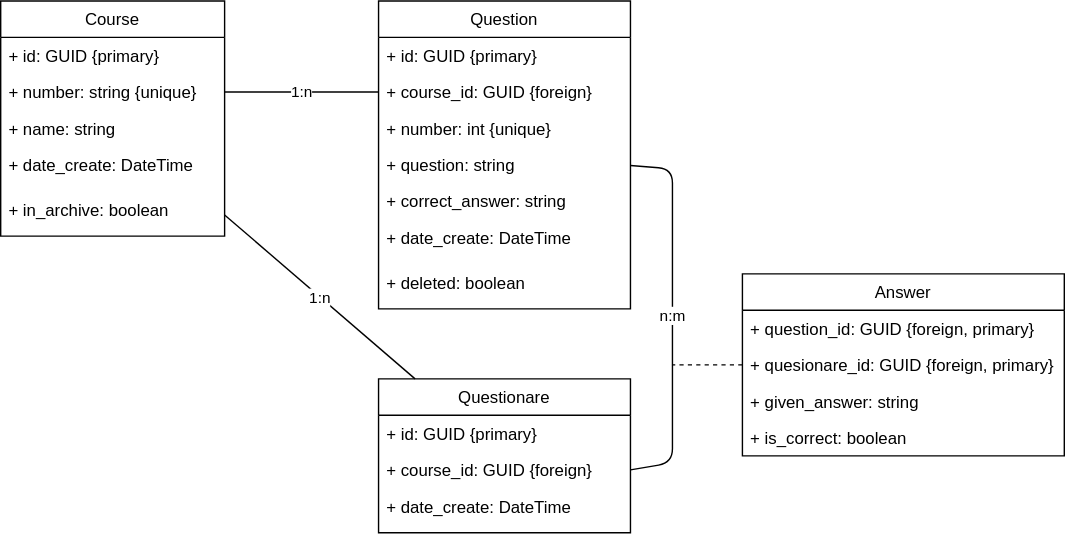
The draw.io diagram documentation/er.svg in RStolzlechner/stolz-learn, before a commit. Source tidied: cells renumbered, new cells last; positions are measured from the earlier drawing's top-left corner, leaving out a move shared by most shapes.
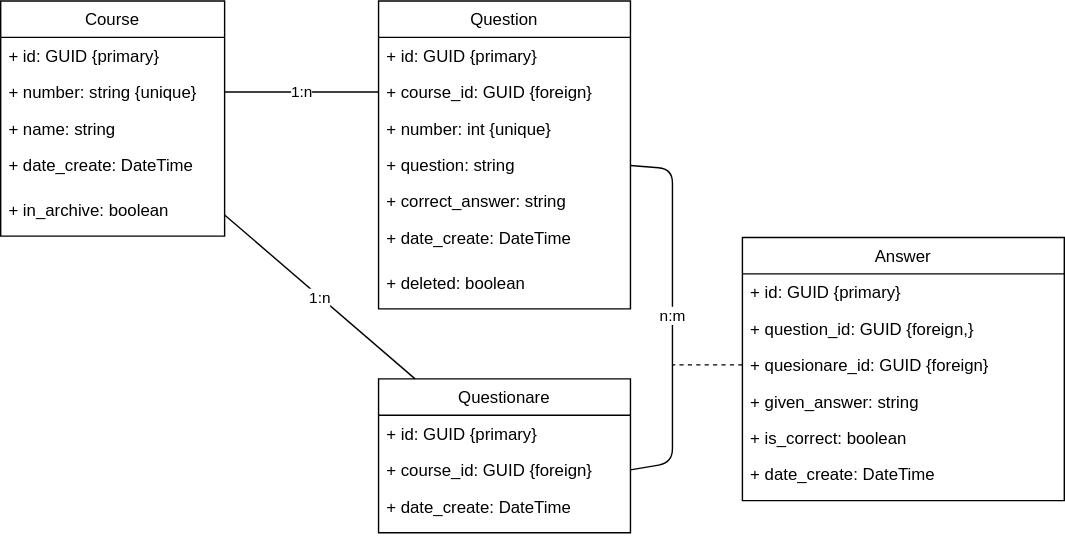
The same diagram one commit later.

The edit, as a diff of the source:
```diff
@@ -63,20 +63,26 @@
       <mxGeometry y="78" width="180" height="32" as="geometry" />
     </mxCell>
     <mxCell id="22" value="Answer" style="swimlane;fontStyle=0;horizontal=1;startSize=26;fillColor=none;" parent="1" vertex="1">
-      <mxGeometry x="530" y="195" width="230" height="130" as="geometry" />
+      <mxGeometry x="530" y="169" width="230" height="188" as="geometry" />
     </mxCell>
+    <mxCell id="29" value="+ id: GUID {primary}" style="text;strokeColor=none;fillColor=none;align=left;verticalAlign=top;spacingLeft=4;spacingRight=4;overflow=hidden;" parent="22" vertex="1">
+      <mxGeometry y="26" width="230" height="26" as="geometry" />
+    </mxCell>
-    <mxCell id="23" value="+ question_id: GUID {foreign, primary}" style="text;strokeColor=none;fillColor=none;align=left;verticalAlign=top;spacingLeft=4;spacingRight=4;overflow=hidden;" parent="22" vertex="1">
-      <mxGeometry y="26" width="230" height="26" as="geometry" />
+    <mxCell id="23" value="+ question_id: GUID {foreign,}" style="text;strokeColor=none;fillColor=none;align=left;verticalAlign=top;spacingLeft=4;spacingRight=4;overflow=hidden;" parent="22" vertex="1">
+      <mxGeometry y="52" width="230" height="26" as="geometry" />
     </mxCell>
-    <mxCell id="24" value="+ quesionare_id: GUID {foreign, primary}" style="text;strokeColor=none;fillColor=none;align=left;verticalAlign=top;spacingLeft=4;spacingRight=4;overflow=hidden;points=[[0,0.5],[1,0.5]];portConstraint=eastwest;" parent="22" vertex="1">
-      <mxGeometry y="52" width="230" height="26" as="geometry" />
+    <mxCell id="24" value="+ quesionare_id: GUID {foreign}" style="text;strokeColor=none;fillColor=none;align=left;verticalAlign=top;spacingLeft=4;spacingRight=4;overflow=hidden;points=[[0,0.5],[1,0.5]];portConstraint=eastwest;" parent="22" vertex="1">
+      <mxGeometry y="78" width="230" height="26" as="geometry" />
     </mxCell>
     <mxCell id="25" value="+ given_answer: string" style="text;strokeColor=none;fillColor=none;align=left;verticalAlign=top;spacingLeft=4;spacingRight=4;overflow=hidden;" parent="22" vertex="1">
-      <mxGeometry y="78" width="230" height="26" as="geometry" />
+      <mxGeometry y="104" width="230" height="26" as="geometry" />
     </mxCell>
     <mxCell id="26" value="+ is_correct: boolean" style="text;strokeColor=none;fillColor=none;align=left;verticalAlign=top;spacingLeft=4;spacingRight=4;overflow=hidden;" parent="22" vertex="1">
-      <mxGeometry y="104" width="230" height="26" as="geometry" />
+      <mxGeometry y="130" width="230" height="26" as="geometry" />
     </mxCell>
+    <mxCell id="30" value="+ date_create: DateTime" style="text;strokeColor=none;fillColor=none;align=left;verticalAlign=top;spacingLeft=4;spacingRight=4;overflow=hidden;" parent="22" vertex="1">
+      <mxGeometry y="156" width="230" height="32" as="geometry" />
+    </mxCell>
     <mxCell id="27" value="n:m" style="edgeStyle=none;html=1;exitX=1;exitY=0.5;exitDx=0;exitDy=0;endArrow=none;endFill=0;" parent="1" edge="1" source="20" target="9">
       <mxGeometry relative="1" as="geometry">
         <Array as="points">
```
